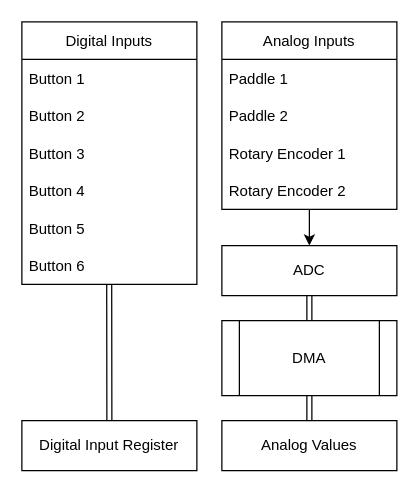
Before: page "Data FLow" (2 of 2) of Steering_wheel_2022.drawio in Jack17432/FSAE_steering_wheel_2022, a draw.io diagram. Source tidied: cells renumbered, new cells numbered last; positions are measured from the earlier drawing's top-left corner, leaving out a move shared by most shapes. Both pictures are drawn from the tidied source at 125%, with x=0, y=0 at pixel (21, 21).
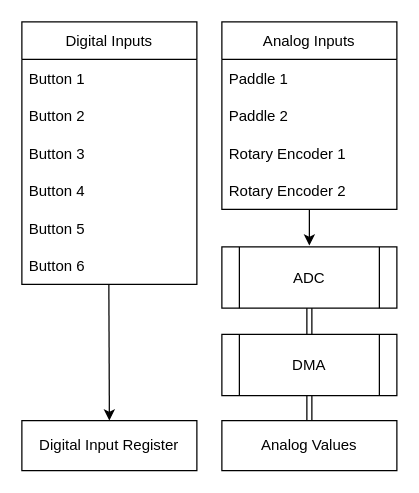
After the change.

Commit message:
Created data flow chart

The change refers to these unchanged cells:
```xml
<mxCell id="8" value="Button 6" style="text;strokeColor=none;fillColor=none;align=left;verticalAlign=middle;spacingLeft=4;spacingRight=4;overflow=hidden;points=[[0,0.5],[1,0.5]];portConstraint=eastwest;" parent="2" vertex="1">
  <mxGeometry y="180" width="140" height="30" as="geometry" />
</mxCell>
<mxCell id="9" value="Digital Input Register" style="rounded=0;whiteSpace=wrap;html=1;" parent="1" vertex="1">
  <mxGeometry y="319" width="140" height="40" as="geometry" />
</mxCell>
```

What changed in the source:
```diff
@@
-    <mxCell id="10" style="shape=link;html=1;rounded=0;entryX=0.5;entryY=0;entryDx=0;entryDy=0;exitX=0.499;exitY=0.996;exitDx=0;exitDy=0;exitPerimeter=0;" parent="1" edge="1" source="8" target="9">
-      <mxGeometry relative="1" as="geometry" />
-    </mxCell>
@@
-    <mxCell id="16" value="ADC" style="rounded=0;whiteSpace=wrap;html=1;" parent="1" vertex="1">
-      <mxGeometry x="160" y="179" width="140" height="40" as="geometry" />
-    </mxCell>
-    <mxCell id="17" style="endArrow=classic;html=1;rounded=0;entryX=0.5;entryY=0;entryDx=0;entryDy=0;" parent="1" edge="1" target="16">
+    <mxCell id="17" style="endArrow=classic;html=1;rounded=0;entryX=0.5;entryY=0;entryDx=0;entryDy=0;" parent="1" edge="1">
       <mxGeometry relative="1" as="geometry">
         <mxPoint x="230" y="150" as="sourcePoint" />
+        <mxPoint x="230" y="179" as="targetPoint" />
       </mxGeometry>
     </mxCell>
@@
     <mxCell id="19" value="DMA" style="shape=process;whiteSpace=wrap;html=1;backgroundOutline=1;" parent="1" vertex="1">
-      <mxGeometry x="160" y="239" width="140" height="60" as="geometry" />
+      <mxGeometry x="160" y="250" width="140" height="49" as="geometry" />
     </mxCell>
-    <mxCell id="20" style="shape=link;html=1;rounded=0;exitX=0.5;exitY=1;exitDx=0;exitDy=0;entryX=0.5;entryY=0;entryDx=0;entryDy=0;" parent="1" edge="1" source="16" target="19">
-      <mxGeometry relative="1" as="geometry" />
+    <mxCell id="20" style="shape=link;html=1;rounded=0;exitX=0.5;exitY=1;exitDx=0;exitDy=0;entryX=0.5;entryY=0;entryDx=0;entryDy=0;" parent="1" edge="1" target="19">
+      <mxGeometry relative="1" as="geometry">
+        <mxPoint x="230" y="219" as="sourcePoint" />
+      </mxGeometry>
     </mxCell>
@@
+    <mxCell id="16" value="ADC" style="shape=process;whiteSpace=wrap;html=1;backgroundOutline=1;" parent="1" vertex="1">
+      <mxGeometry x="160" y="180" width="140" height="49" as="geometry" />
+    </mxCell>
+    <mxCell id="10" style="endArrow=classic;html=1;rounded=0;entryX=0.5;entryY=0;entryDx=0;entryDy=0;exitX=0.497;exitY=1.002;exitDx=0;exitDy=0;exitPerimeter=0;" parent="1" edge="1" source="8" target="9">
+      <mxGeometry relative="1" as="geometry" />
+    </mxCell>
```
